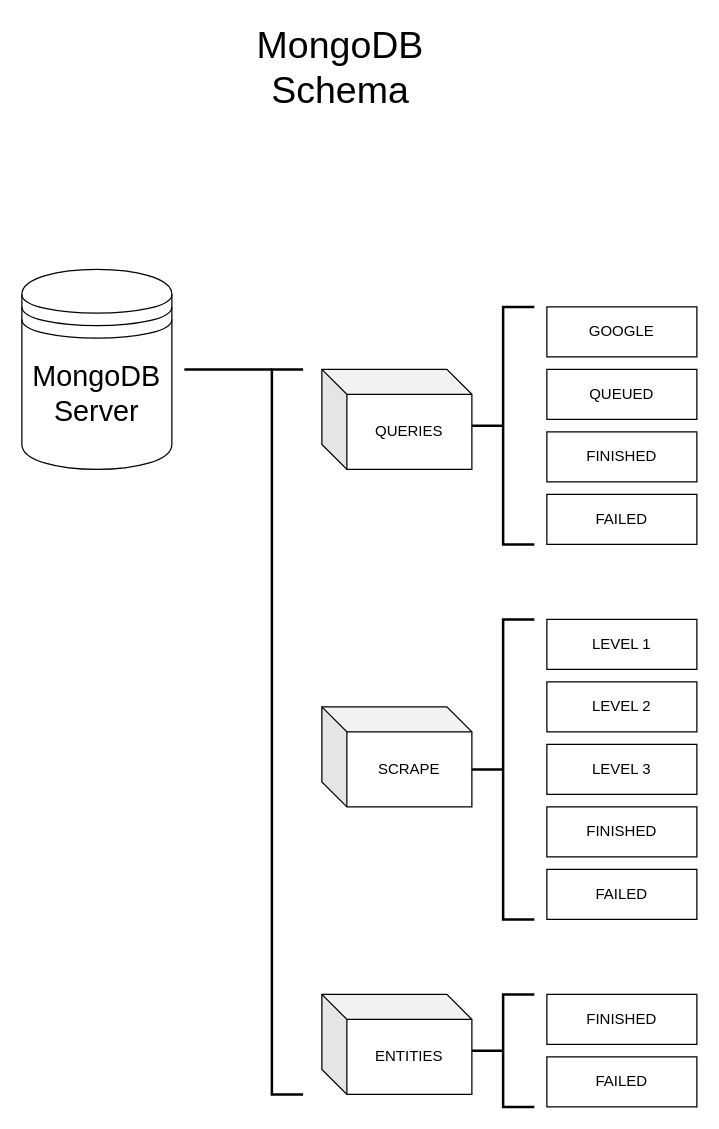
Above: DOCS/Sybil Diagrams/mongodb_schema.drawio in chaoabordo212/Sybil (draw.io), before the change. Source tidied: cells renumbered, new cells numbered last; positions are measured from the earlier drawing's top-left corner, leaving out a move shared by most shapes. Both pictures are drawn from the tidied source at 125%, with x=0, y=0 at pixel (21, 35).
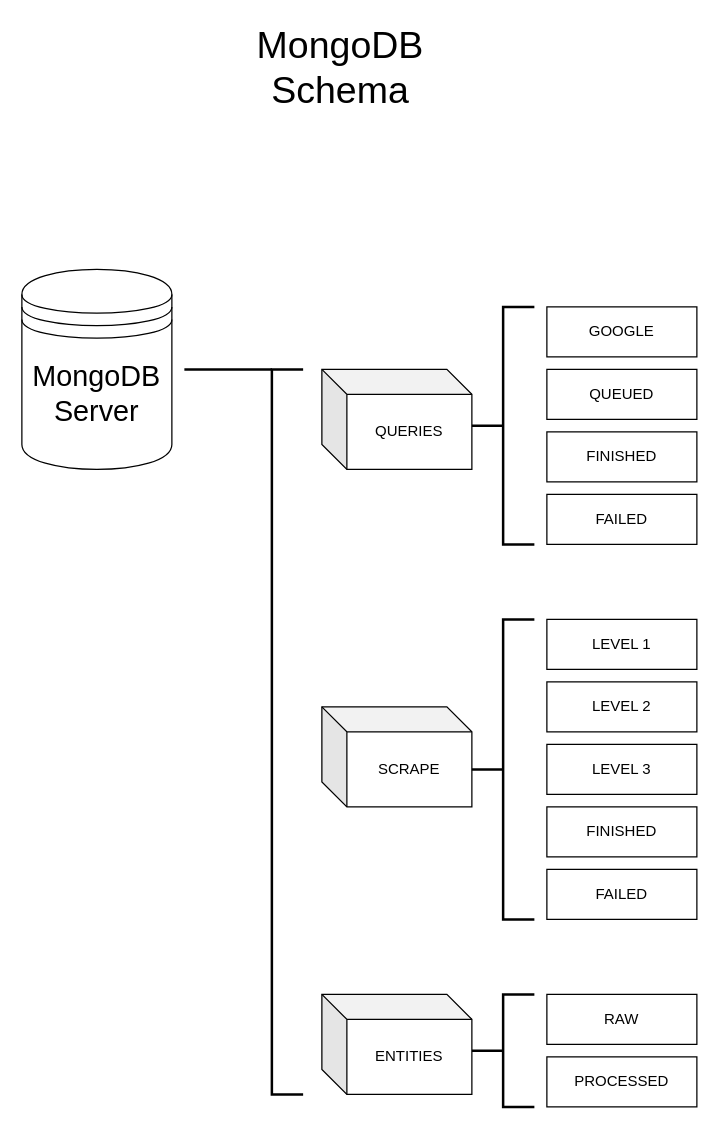
Above is the later version.

The change refers to these unchanged cells:
```xml
<mxCell id="32" style="group;" parent="31" vertex="1">
  <mxGeometry width="120" height="40" as="geometry" />
</mxCell>
<mxCell id="35" style="group;" parent="31" vertex="1">
  <mxGeometry y="50" width="120" height="40" as="geometry" />
</mxCell>
```

The edit, as a diff of the source:
```diff
@@
-    <mxCell id="34" value="FINISHED" style="text;html=1;strokeColor=none;fillColor=none;align=center;verticalAlign=middle;whiteSpace=wrap;rounded=0;" parent="32" vertex="1">
+    <mxCell id="34" value="RAW" style="text;html=1;strokeColor=none;fillColor=none;align=center;verticalAlign=middle;whiteSpace=wrap;rounded=0;" parent="32" vertex="1">
       <mxGeometry x="25" width="70" height="40" as="geometry" />
     </mxCell>
@@
-    <mxCell id="37" value="FAILED" style="text;html=1;strokeColor=none;fillColor=none;align=center;verticalAlign=middle;whiteSpace=wrap;rounded=0;" parent="35" vertex="1">
+    <mxCell id="37" value="PROCESSED" style="text;html=1;strokeColor=none;fillColor=none;align=center;verticalAlign=middle;whiteSpace=wrap;rounded=0;" parent="35" vertex="1">
       <mxGeometry x="25" width="70" height="40" as="geometry" />
     </mxCell>
```
